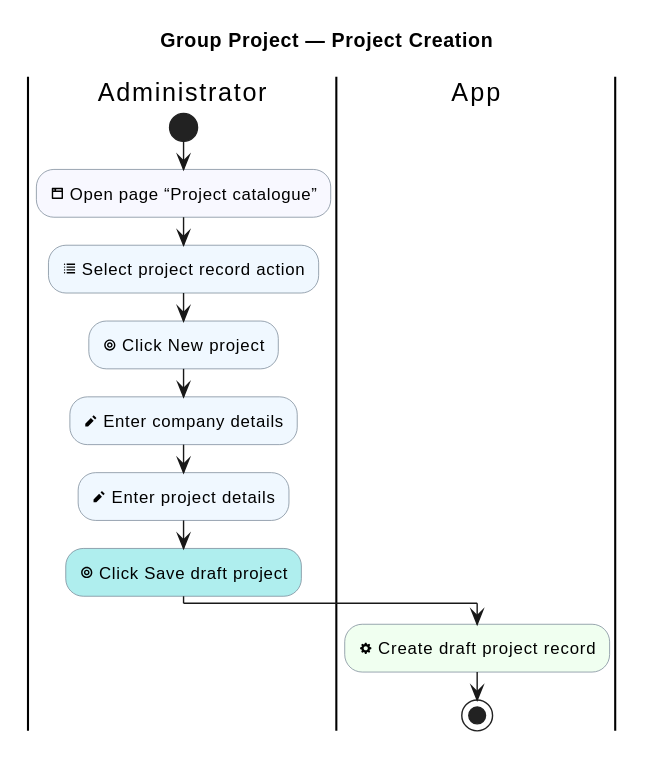
Above: industrial-placement-group-project/diagrams/group-project/project-creation.svg in sdflkjssl/sdflkjssl.github.io (PlantUML), before the change. The source it was exported from:
```plantuml
@startuml
!pragma layout smetana
title Group Project — Project Creation
skinparam shadowing false
skinparam activityBackgroundColor GhostWhite
skinparam activityBorderColor SlateGray
skinparam activityDiamondBackgroundColor LemonChiffon
skinparam activityDiamondBorderColor DarkGoldenRod

|Administrator|
|App|

|Administrator|
start
:<&browser> Open page “Project catalogue”; <<#GhostWhite>>
:<&list> Select project record action; <<#AliceBlue>>
:<&target> Click New project; <<#AliceBlue>>
:<&pencil> Enter company details; <<#AliceBlue>>
:<&pencil> Enter project details; <<#AliceBlue>>
:<&target> Click Save draft project; <<#PaleTurquoise>>
|App|
:<&cog> Create draft project record; <<#HoneyDew>>
stop
@enduml
```
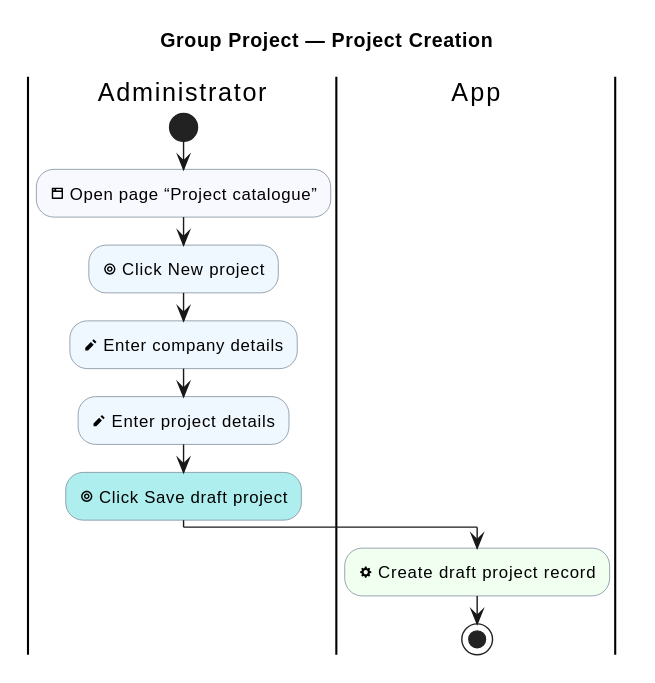
Later version of the same file.

Change to the diagram source:
```diff
@@ -13,7 +13,6 @@
 |Administrator|
 start
 :<&browser> Open page “Project catalogue”; <<#GhostWhite>>
-:<&list> Select project record action; <<#AliceBlue>>
 :<&target> Click New project; <<#AliceBlue>>
 :<&pencil> Enter company details; <<#AliceBlue>>
 :<&pencil> Enter project details; <<#AliceBlue>>
```
